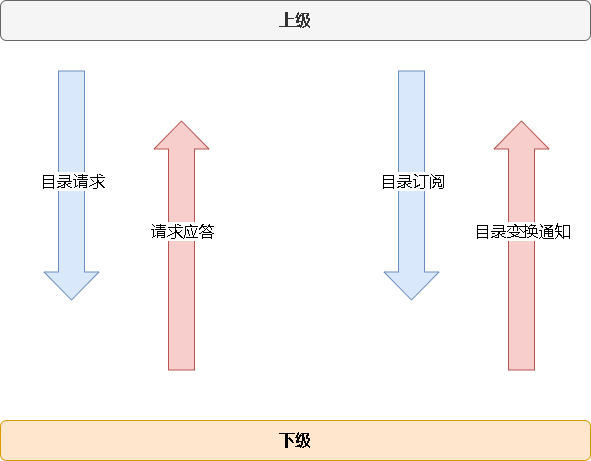
This is 28181.drawio.png from xktder/draw, a draw.io export, as it was before one commit. Source tidied: cells renumbered, new cells last; positions are measured from the earlier drawing's top-left corner, leaving out a move shared by most shapes.
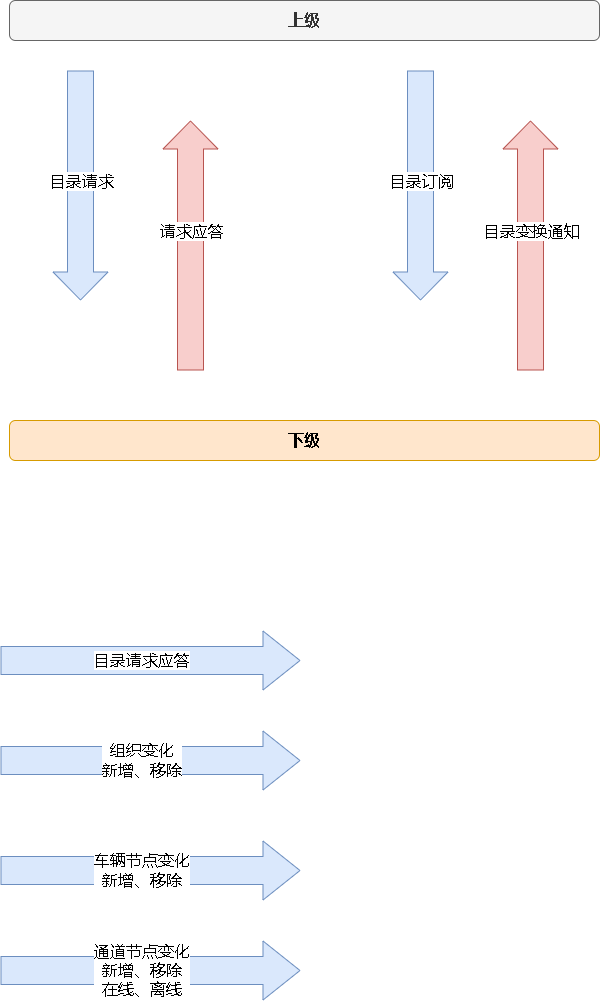
The same file after the commit.

The edit, as a diff of the source:
```diff
@@ -52,5 +52,49 @@
     <mxCell id="11" value="&lt;span style=&quot;font-size: 16px;&quot;&gt;&lt;b&gt;下级&lt;/b&gt;&lt;/span&gt;" style="rounded=1;whiteSpace=wrap;html=1;fillColor=#ffe6cc;strokeColor=#d79b00;" parent="1" vertex="1">
       <mxGeometry y="420" width="590" height="40" as="geometry" />
     </mxCell>
+    <mxCell id="12" style="shape=flexArrow;endArrow=classic;html=1;rounded=0;fontSize=16;width=28;endSize=12;endWidth=30;fillColor=#dae8fc;strokeColor=#6c8ebf;" parent="1" edge="1">
+      <mxGeometry relative="1" as="geometry">
+        <mxPoint x="-9" y="660" as="sourcePoint" />
+        <mxPoint x="291" y="660" as="targetPoint" />
+      </mxGeometry>
+    </mxCell>
+    <mxCell id="13" value="目录请求应答" style="edgeLabel;html=1;align=center;verticalAlign=middle;fontSize=16;" parent="12" vertex="1">
+      <mxGeometry x="-0.23" y="1" relative="1" as="geometry">
+        <mxPoint x="25" as="offset" />
+      </mxGeometry>
+    </mxCell>
+    <mxCell id="14" style="shape=flexArrow;endArrow=classic;html=1;rounded=0;fontSize=16;width=28;endSize=12;endWidth=30;fillColor=#dae8fc;strokeColor=#6c8ebf;" parent="1" edge="1">
+      <mxGeometry relative="1" as="geometry">
+        <mxPoint x="-9" y="760" as="sourcePoint" />
+        <mxPoint x="291" y="760" as="targetPoint" />
+      </mxGeometry>
+    </mxCell>
+    <mxCell id="15" value="组织变化&lt;br&gt;新增、移除" style="edgeLabel;html=1;align=center;verticalAlign=middle;fontSize=16;" parent="14" vertex="1">
+      <mxGeometry x="-0.23" y="1" relative="1" as="geometry">
+        <mxPoint x="25" as="offset" />
+      </mxGeometry>
+    </mxCell>
+    <mxCell id="16" style="shape=flexArrow;endArrow=classic;html=1;rounded=0;fontSize=16;width=28;endSize=12;endWidth=30;fillColor=#dae8fc;strokeColor=#6c8ebf;" parent="1" edge="1">
+      <mxGeometry relative="1" as="geometry">
+        <mxPoint x="-9" y="870" as="sourcePoint" />
+        <mxPoint x="291" y="870" as="targetPoint" />
+      </mxGeometry>
+    </mxCell>
+    <mxCell id="17" value="车辆节点变化&lt;br&gt;新增、移除" style="edgeLabel;html=1;align=center;verticalAlign=middle;fontSize=16;" parent="16" vertex="1">
+      <mxGeometry x="-0.23" y="1" relative="1" as="geometry">
+        <mxPoint x="25" as="offset" />
+      </mxGeometry>
+    </mxCell>
+    <mxCell id="18" style="shape=flexArrow;endArrow=classic;html=1;rounded=0;fontSize=16;width=28;endSize=12;endWidth=30;fillColor=#dae8fc;strokeColor=#6c8ebf;" parent="1" edge="1">
+      <mxGeometry relative="1" as="geometry">
+        <mxPoint x="-9" y="970" as="sourcePoint" />
+        <mxPoint x="291" y="970" as="targetPoint" />
+      </mxGeometry>
+    </mxCell>
+    <mxCell id="19" value="通道节点变化&lt;br&gt;新增、移除&lt;br&gt;在线、离线" style="edgeLabel;html=1;align=center;verticalAlign=middle;fontSize=16;" parent="18" vertex="1">
+      <mxGeometry x="-0.23" y="1" relative="1" as="geometry">
+        <mxPoint x="25" as="offset" />
+      </mxGeometry>
+    </mxCell>
   </root>
 </mxGraphModel>
```
